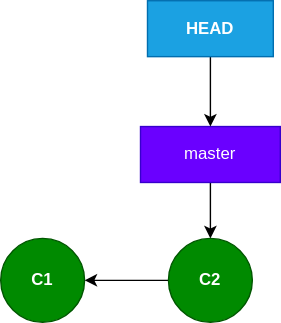
The draw.io diagram img/c2.svg in gbroques/git-internals-presentation, before a commit. Source tidied: cells renumbered, new cells last; positions are measured from the earlier drawing's top-left corner, leaving out a move shared by most shapes. Its diagram source:
```xml
<mxGraphModel>
  <root>
    <mxCell id="0" />
    <mxCell id="1" parent="0" />
    <mxCell id="2" value="C1" style="ellipse;whiteSpace=wrap;html=1;fillColor=#008a00;strokeColor=#005700;fontColor=#ffffff;fontStyle=1;" parent="1" vertex="1">
      <mxGeometry y="170" width="60" height="60" as="geometry" />
    </mxCell>
    <mxCell id="3" style="edgeStyle=orthogonalEdgeStyle;rounded=0;jettySize=auto;html=1;entryX=0.5;entryY=0;entryDx=0;entryDy=0;" parent="1" edge="1" source="4" target="8">
      <mxGeometry relative="1" as="geometry" />
    </mxCell>
    <mxCell id="4" value="master" style="rounded=0;whiteSpace=wrap;html=1;fillColor=#6a00ff;strokeColor=#3700CC;fontColor=#ffffff;" parent="1" vertex="1">
      <mxGeometry x="100" y="90" width="100" height="40" as="geometry" />
    </mxCell>
    <mxCell id="5" style="edgeStyle=orthogonalEdgeStyle;rounded=0;jettySize=auto;html=1;entryX=0.5;entryY=0;entryDx=0;entryDy=0;" parent="1" edge="1" source="6" target="4">
      <mxGeometry relative="1" as="geometry" />
    </mxCell>
    <mxCell id="6" value="&lt;b&gt;HEAD&lt;/b&gt;" style="rounded=0;whiteSpace=wrap;html=1;fillColor=#1ba1e2;strokeColor=#006EAF;fontColor=#ffffff;" parent="1" vertex="1">
      <mxGeometry x="105" width="90" height="40" as="geometry" />
    </mxCell>
    <mxCell id="7" style="edgeStyle=orthogonalEdgeStyle;rounded=0;jettySize=auto;html=1;" parent="1" edge="1" source="8" target="2">
      <mxGeometry relative="1" as="geometry" />
    </mxCell>
    <mxCell id="8" value="C2" style="ellipse;whiteSpace=wrap;html=1;fillColor=#008a00;strokeColor=#005700;fontColor=#ffffff;fontStyle=1;" parent="1" vertex="1">
      <mxGeometry x="120" y="170" width="60" height="60" as="geometry" />
    </mxCell>
  </root>
</mxGraphModel>
```
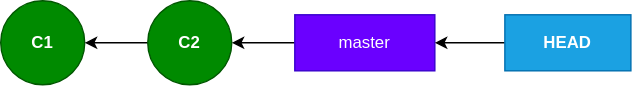
The same file after the commit.

What changed in the source:
```diff
@@ -5,23 +5,23 @@
     <mxCell id="2" value="C1" style="ellipse;whiteSpace=wrap;html=1;fillColor=#008a00;strokeColor=#005700;fontColor=#ffffff;fontStyle=1;" parent="1" vertex="1">
       <mxGeometry y="170" width="60" height="60" as="geometry" />
     </mxCell>
-    <mxCell id="3" style="edgeStyle=orthogonalEdgeStyle;rounded=0;jettySize=auto;html=1;entryX=0.5;entryY=0;entryDx=0;entryDy=0;" parent="1" edge="1" source="4" target="8">
+    <mxCell id="3" style="edgeStyle=orthogonalEdgeStyle;rounded=0;jettySize=auto;html=1;entryX=1;entryY=0.5;entryDx=0;entryDy=0;" parent="1" edge="1" source="4" target="8">
       <mxGeometry relative="1" as="geometry" />
     </mxCell>
     <mxCell id="4" value="master" style="rounded=0;whiteSpace=wrap;html=1;fillColor=#6a00ff;strokeColor=#3700CC;fontColor=#ffffff;" parent="1" vertex="1">
-      <mxGeometry x="100" y="90" width="100" height="40" as="geometry" />
+      <mxGeometry x="210" y="180" width="100" height="40" as="geometry" />
     </mxCell>
-    <mxCell id="5" style="edgeStyle=orthogonalEdgeStyle;rounded=0;jettySize=auto;html=1;entryX=0.5;entryY=0;entryDx=0;entryDy=0;" parent="1" edge="1" source="6" target="4">
+    <mxCell id="5" style="edgeStyle=orthogonalEdgeStyle;rounded=0;jettySize=auto;html=1;entryX=1;entryY=0.5;entryDx=0;entryDy=0;" parent="1" edge="1" source="6" target="4">
       <mxGeometry relative="1" as="geometry" />
     </mxCell>
     <mxCell id="6" value="&lt;b&gt;HEAD&lt;/b&gt;" style="rounded=0;whiteSpace=wrap;html=1;fillColor=#1ba1e2;strokeColor=#006EAF;fontColor=#ffffff;" parent="1" vertex="1">
-      <mxGeometry x="105" width="90" height="40" as="geometry" />
+      <mxGeometry x="360" y="180" width="90" height="40" as="geometry" />
     </mxCell>
     <mxCell id="7" style="edgeStyle=orthogonalEdgeStyle;rounded=0;jettySize=auto;html=1;" parent="1" edge="1" source="8" target="2">
       <mxGeometry relative="1" as="geometry" />
     </mxCell>
     <mxCell id="8" value="C2" style="ellipse;whiteSpace=wrap;html=1;fillColor=#008a00;strokeColor=#005700;fontColor=#ffffff;fontStyle=1;" parent="1" vertex="1">
-      <mxGeometry x="120" y="170" width="60" height="60" as="geometry" />
+      <mxGeometry x="105" y="170" width="60" height="60" as="geometry" />
     </mxCell>
   </root>
 </mxGraphModel>
```
